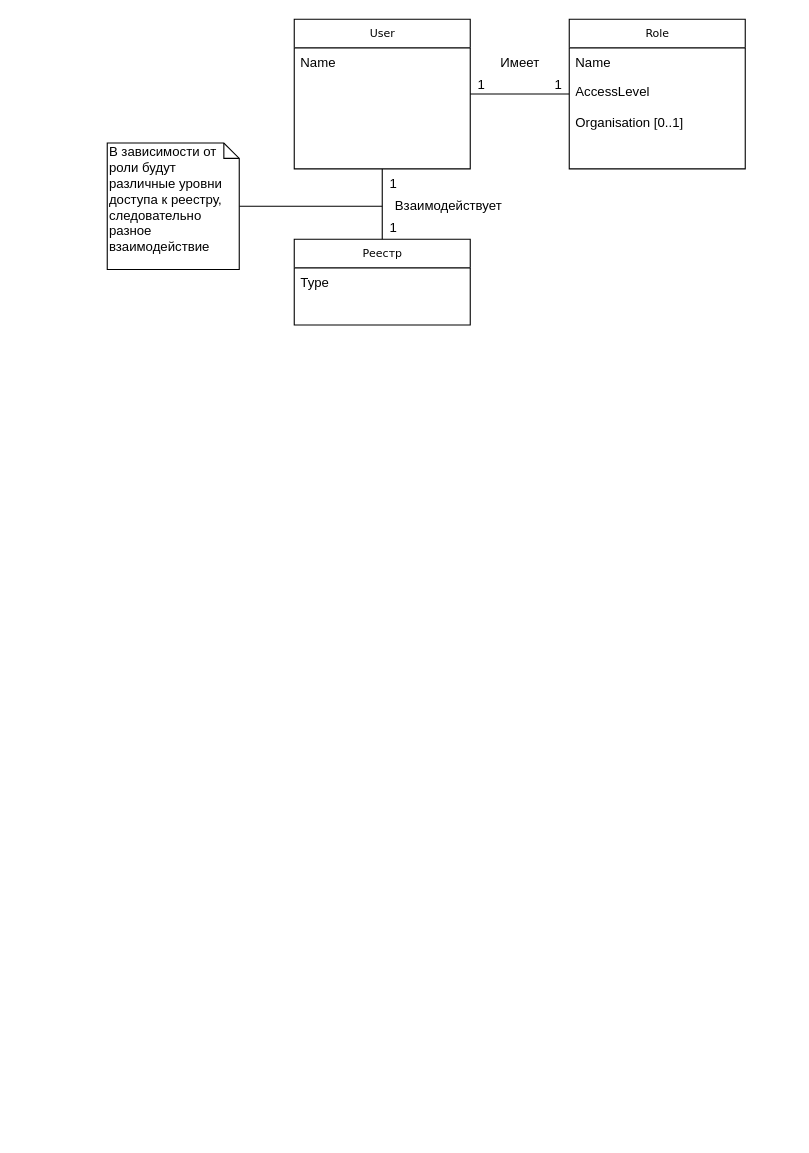
Before: page "Page-2" (2 of 3) of ПИС/ПИС_П/laba_2.2.drawio in ISMAKOVA/SEMESTR_5, a draw.io diagram. Source tidied: cells renumbered, new cells numbered last; positions are measured from the earlier drawing's top-left corner, leaving out a move shared by most shapes. Both pictures are drawn from the tidied source at 110%, with x=0, y=0 at pixel (107, 19).
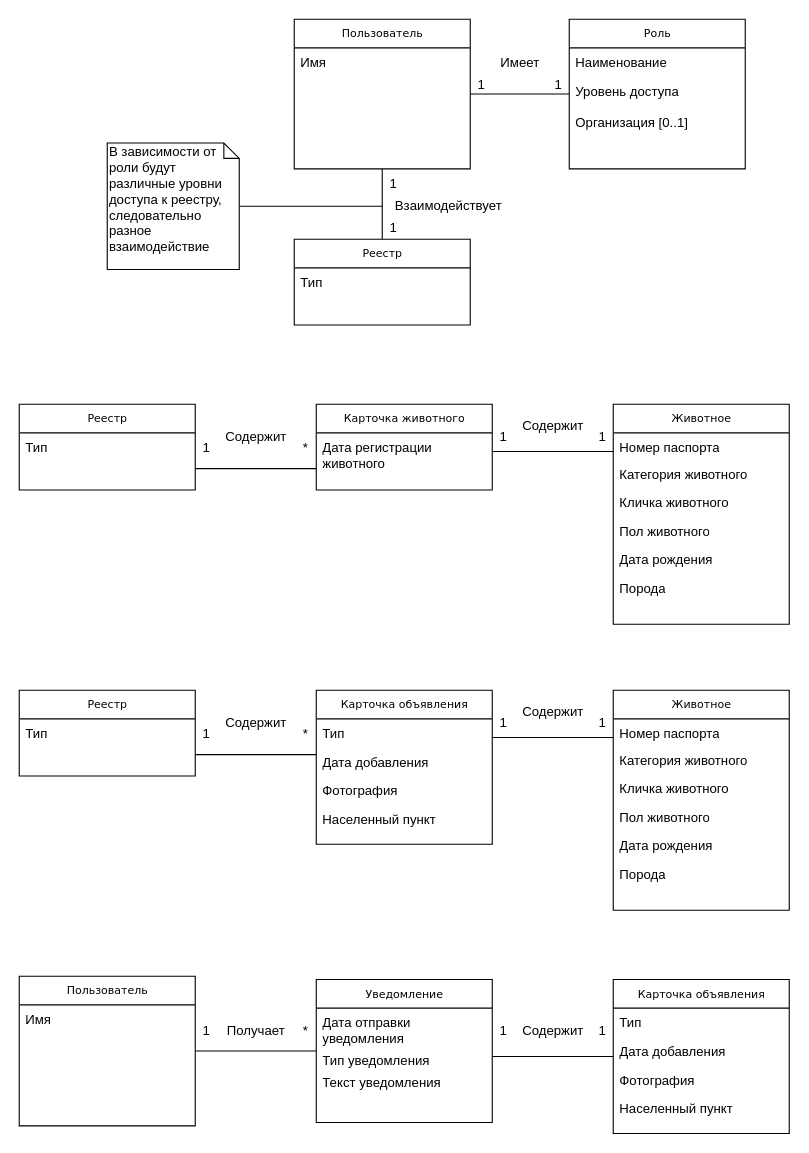
The same diagram, later.

The change refers to these unchanged cells:
```xml
<mxCell id="8" value="Реестр" style="swimlane;html=1;fontStyle=0;horizontal=1;startSize=26;fillColor=none;swimlaneFillColor=#ffffff;rounded=0;shadow=0;comic=0;labelBackgroundColor=none;strokeWidth=1;fontFamily=Verdana;fontSize=10;align=center;" parent="1" vertex="1">
  <mxGeometry x="170" y="200" width="160" height="78" as="geometry" />
</mxCell>
```

Change to the diagram source:
```diff
@@
-    <mxCell id="9" value="Type" style="text;html=1;strokeColor=none;fillColor=none;align=left;verticalAlign=top;spacingLeft=4;spacingRight=4;whiteSpace=wrap;overflow=hidden;" parent="8" vertex="1">
+    <mxCell id="9" value="Тип" style="text;html=1;strokeColor=none;fillColor=none;align=left;verticalAlign=top;spacingLeft=4;spacingRight=4;whiteSpace=wrap;overflow=hidden;" parent="8" vertex="1">
       <mxGeometry y="26" width="160" height="26" as="geometry" />
     </mxCell>
-    <mxCell id="10" value="User" style="swimlane;html=1;fontStyle=0;horizontal=1;startSize=26;fillColor=none;swimlaneFillColor=#ffffff;rounded=0;shadow=0;comic=0;labelBackgroundColor=none;strokeWidth=1;fontFamily=Verdana;fontSize=10;align=center;" parent="1" vertex="1">
+    <mxCell id="10" value="Пользователь" style="swimlane;html=1;fontStyle=0;horizontal=1;startSize=26;fillColor=none;swimlaneFillColor=#ffffff;rounded=0;shadow=0;comic=0;labelBackgroundColor=none;strokeWidth=1;fontFamily=Verdana;fontSize=10;align=center;" parent="1" vertex="1">
       <mxGeometry x="170" width="160" height="136" as="geometry" />
     </mxCell>
-    <mxCell id="11" value="Name" style="text;html=1;strokeColor=none;fillColor=none;align=left;verticalAlign=top;spacingLeft=4;spacingRight=4;whiteSpace=wrap;overflow=hidden;" parent="10" vertex="1">
+    <mxCell id="11" value="Имя" style="text;html=1;strokeColor=none;fillColor=none;align=left;verticalAlign=top;spacingLeft=4;spacingRight=4;whiteSpace=wrap;overflow=hidden;" parent="10" vertex="1">
       <mxGeometry y="26" width="160" height="28" as="geometry" />
     </mxCell>
@@
-    <mxCell id="16" value="Role" style="swimlane;html=1;fontStyle=0;horizontal=1;startSize=26;fillColor=none;swimlaneFillColor=#ffffff;rounded=0;shadow=0;comic=0;labelBackgroundColor=none;strokeWidth=1;fontFamily=Verdana;fontSize=10;align=center;" parent="1" vertex="1">
+    <mxCell id="16" value="Роль" style="swimlane;html=1;fontStyle=0;horizontal=1;startSize=26;fillColor=none;swimlaneFillColor=#ffffff;rounded=0;shadow=0;comic=0;labelBackgroundColor=none;strokeWidth=1;fontFamily=Verdana;fontSize=10;align=center;" parent="1" vertex="1">
       <mxGeometry x="420" width="160" height="136" as="geometry" />
     </mxCell>
-    <mxCell id="17" value="Name" style="text;html=1;strokeColor=none;fillColor=none;align=left;verticalAlign=top;spacingLeft=4;spacingRight=4;whiteSpace=wrap;overflow=hidden;" parent="16" vertex="1">
+    <mxCell id="17" value="Наименование" style="text;html=1;strokeColor=none;fillColor=none;align=left;verticalAlign=top;spacingLeft=4;spacingRight=4;whiteSpace=wrap;overflow=hidden;" parent="16" vertex="1">
       <mxGeometry y="26" width="160" height="26" as="geometry" />
     </mxCell>
-    <mxCell id="18" value="AccessLevel" style="text;html=1;strokeColor=none;fillColor=none;align=left;verticalAlign=top;spacingLeft=4;spacingRight=4;whiteSpace=wrap;overflow=hidden;" parent="16" vertex="1">
+    <mxCell id="18" value="Уровень доступа" style="text;html=1;strokeColor=none;fillColor=none;align=left;verticalAlign=top;spacingLeft=4;spacingRight=4;whiteSpace=wrap;overflow=hidden;" parent="16" vertex="1">
       <mxGeometry y="52" width="160" height="28" as="geometry" />
     </mxCell>
-    <mxCell id="19" value="Organisation [0..1]" style="text;html=1;strokeColor=none;fillColor=none;align=left;verticalAlign=top;spacingLeft=4;spacingRight=4;whiteSpace=wrap;overflow=hidden;" parent="16" vertex="1">
+    <mxCell id="19" value="Организация [0..1]" style="text;html=1;strokeColor=none;fillColor=none;align=left;verticalAlign=top;spacingLeft=4;spacingRight=4;whiteSpace=wrap;overflow=hidden;" parent="16" vertex="1">
       <mxGeometry y="80" width="160" height="28" as="geometry" />
     </mxCell>
+    <mxCell id="20" value="Реестр" style="swimlane;html=1;fontStyle=0;horizontal=1;startSize=26;fillColor=none;swimlaneFillColor=#ffffff;rounded=0;shadow=0;comic=0;labelBackgroundColor=none;strokeWidth=1;fontFamily=Verdana;fontSize=10;align=center;" parent="1" vertex="1">
+      <mxGeometry x="-80" y="350" width="160" height="78" as="geometry" />
+    </mxCell>
+    <mxCell id="21" value="Тип" style="text;html=1;strokeColor=none;fillColor=none;align=left;verticalAlign=top;spacingLeft=4;spacingRight=4;whiteSpace=wrap;overflow=hidden;" parent="20" vertex="1">
+      <mxGeometry y="26" width="160" height="26" as="geometry" />
+    </mxCell>
+    <mxCell id="22" value="Карточка животного" style="swimlane;html=1;fontStyle=0;horizontal=1;startSize=26;fillColor=none;swimlaneFillColor=#ffffff;rounded=0;shadow=0;comic=0;labelBackgroundColor=none;strokeWidth=1;fontFamily=Verdana;fontSize=10;align=center;" parent="1" vertex="1">
+      <mxGeometry x="190" y="350" width="160" height="78" as="geometry" />
+    </mxCell>
+    <mxCell id="23" value="Дата регистрации животного" style="text;html=1;strokeColor=none;fillColor=none;align=left;verticalAlign=top;spacingLeft=4;spacingRight=4;whiteSpace=wrap;overflow=hidden;points=[[0,0.5],[1,0.5]];portConstraint=eastwest;" parent="22" vertex="1">
+      <mxGeometry y="26" width="160" height="34" as="geometry" />
+    </mxCell>
+    <mxCell id="24" style="rounded=0;jettySize=auto;html=1;endArrow=none;endFill=0;entryX=1;entryY=0.75;entryDx=0;entryDy=0;exitX=0;exitY=0.75;exitDx=0;exitDy=0;" parent="1" edge="1" source="22" target="20">
+      <mxGeometry relative="1" as="geometry" />
+    </mxCell>
+    <mxCell id="25" value="Животное" style="swimlane;html=1;fontStyle=0;horizontal=1;startSize=26;fillColor=none;swimlaneFillColor=#ffffff;rounded=0;shadow=0;comic=0;labelBackgroundColor=none;strokeWidth=1;fontFamily=Verdana;fontSize=10;align=center;" parent="1" vertex="1">
+      <mxGeometry x="460" y="350" width="160" height="200" as="geometry" />
+    </mxCell>
+    <mxCell id="26" value="Номер паспорта" style="text;html=1;strokeColor=none;fillColor=none;align=left;verticalAlign=top;spacingLeft=4;spacingRight=4;whiteSpace=wrap;overflow=hidden;points=[[0,0.5],[1,0.5]];portConstraint=eastwest;" parent="25" vertex="1">
+      <mxGeometry y="26" width="160" height="24" as="geometry" />
+    </mxCell>
+    <mxCell id="27" value="Категория животного" style="text;html=1;strokeColor=none;fillColor=none;align=left;verticalAlign=top;spacingLeft=4;spacingRight=4;whiteSpace=wrap;overflow=hidden;" parent="25" vertex="1">
+      <mxGeometry y="50" width="160" height="26" as="geometry" />
+    </mxCell>
+    <mxCell id="28" value="Кличка животного" style="text;html=1;strokeColor=none;fillColor=none;align=left;verticalAlign=top;spacingLeft=4;spacingRight=4;whiteSpace=wrap;overflow=hidden;" parent="25" vertex="1">
+      <mxGeometry y="76" width="160" height="26" as="geometry" />
+    </mxCell>
+    <mxCell id="29" value="Пол животного" style="text;html=1;strokeColor=none;fillColor=none;align=left;verticalAlign=top;spacingLeft=4;spacingRight=4;whiteSpace=wrap;overflow=hidden;" parent="25" vertex="1">
+      <mxGeometry y="102" width="160" height="26" as="geometry" />
+    </mxCell>
+    <mxCell id="30" value="Дата рождения&lt;br&gt;&amp;nbsp;" style="text;html=1;strokeColor=none;fillColor=none;align=left;verticalAlign=top;spacingLeft=4;spacingRight=4;whiteSpace=wrap;overflow=hidden;" parent="25" vertex="1">
+      <mxGeometry y="128" width="160" height="26" as="geometry" />
+    </mxCell>
+    <mxCell id="31" value="Порода" style="text;html=1;strokeColor=none;fillColor=none;align=left;verticalAlign=top;spacingLeft=4;spacingRight=4;whiteSpace=wrap;overflow=hidden;" parent="25" vertex="1">
+      <mxGeometry y="154" width="160" height="26" as="geometry" />
+    </mxCell>
+    <mxCell id="32" style="edgeStyle=none;rounded=0;jettySize=auto;html=1;entryX=0;entryY=0.708;entryDx=0;entryDy=0;endArrow=none;endFill=0;exitX=1;exitY=0.5;exitDx=0;exitDy=0;entryPerimeter=0;" parent="1" edge="1" source="23" target="26">
+      <mxGeometry relative="1" as="geometry" />
+    </mxCell>
+    <mxCell id="33" value="1" style="text;html=1;align=center;verticalAlign=middle;" parent="1" vertex="1">
+      <mxGeometry x="80" y="380" width="20" height="20" as="geometry" />
+    </mxCell>
+    <mxCell id="34" value="*" style="text;html=1;align=center;verticalAlign=middle;" parent="1" vertex="1">
+      <mxGeometry x="170" y="380" width="20" height="20" as="geometry" />
+    </mxCell>
+    <mxCell id="35" value="Содержит" style="text;html=1;align=center;verticalAlign=middle;" parent="1" vertex="1">
+      <mxGeometry x="100" y="370" width="70" height="20" as="geometry" />
+    </mxCell>
+    <mxCell id="36" value="1" style="text;html=1;align=center;verticalAlign=middle;" parent="1" vertex="1">
+      <mxGeometry x="350" y="370" width="20" height="20" as="geometry" />
+    </mxCell>
+    <mxCell id="37" value="1" style="text;html=1;align=center;verticalAlign=middle;" parent="1" vertex="1">
+      <mxGeometry x="440" y="370" width="20" height="20" as="geometry" />
+    </mxCell>
+    <mxCell id="38" value="Содержит" style="text;html=1;align=center;verticalAlign=middle;" parent="1" vertex="1">
+      <mxGeometry x="370" y="360" width="70" height="20" as="geometry" />
+    </mxCell>
+    <mxCell id="39" style="rounded=0;jettySize=auto;html=1;endArrow=none;endFill=0;entryX=1;entryY=0.75;entryDx=0;entryDy=0;exitX=0;exitY=0.75;exitDx=0;exitDy=0;" parent="1" edge="1" target="47">
+      <mxGeometry relative="1" as="geometry">
+        <mxPoint x="190" y="668.5" as="sourcePoint" />
+      </mxGeometry>
+    </mxCell>
+    <mxCell id="40" style="edgeStyle=none;rounded=0;jettySize=auto;html=1;entryX=0;entryY=0.708;entryDx=0;entryDy=0;endArrow=none;endFill=0;exitX=1;exitY=0.5;exitDx=0;exitDy=0;entryPerimeter=0;" parent="1" edge="1" target="50">
+      <mxGeometry relative="1" as="geometry">
+        <mxPoint x="350" y="653" as="sourcePoint" />
+      </mxGeometry>
+    </mxCell>
+    <mxCell id="41" value="1" style="text;html=1;align=center;verticalAlign=middle;" parent="1" vertex="1">
+      <mxGeometry x="80" y="640" width="20" height="20" as="geometry" />
+    </mxCell>
+    <mxCell id="42" value="*" style="text;html=1;align=center;verticalAlign=middle;" parent="1" vertex="1">
+      <mxGeometry x="170" y="640" width="20" height="20" as="geometry" />
+    </mxCell>
+    <mxCell id="43" value="Содержит" style="text;html=1;align=center;verticalAlign=middle;" parent="1" vertex="1">
+      <mxGeometry x="100" y="630" width="70" height="20" as="geometry" />
+    </mxCell>
+    <mxCell id="44" value="1" style="text;html=1;align=center;verticalAlign=middle;" parent="1" vertex="1">
+      <mxGeometry x="350" y="630" width="20" height="20" as="geometry" />
+    </mxCell>
+    <mxCell id="45" value="1" style="text;html=1;align=center;verticalAlign=middle;" parent="1" vertex="1">
+      <mxGeometry x="440" y="630" width="20" height="20" as="geometry" />
+    </mxCell>
+    <mxCell id="46" value="Содержит" style="text;html=1;align=center;verticalAlign=middle;" parent="1" vertex="1">
+      <mxGeometry x="370" y="620" width="70" height="20" as="geometry" />
+    </mxCell>
+    <mxCell id="47" value="Реестр" style="swimlane;html=1;fontStyle=0;horizontal=1;startSize=26;fillColor=none;swimlaneFillColor=#ffffff;rounded=0;shadow=0;comic=0;labelBackgroundColor=none;strokeWidth=1;fontFamily=Verdana;fontSize=10;align=center;" parent="1" vertex="1">
+      <mxGeometry x="-80" y="610" width="160" height="78" as="geometry" />
+    </mxCell>
+    <mxCell id="48" value="Тип" style="text;html=1;strokeColor=none;fillColor=none;align=left;verticalAlign=top;spacingLeft=4;spacingRight=4;whiteSpace=wrap;overflow=hidden;" parent="47" vertex="1">
+      <mxGeometry y="26" width="160" height="26" as="geometry" />
+    </mxCell>
+    <mxCell id="49" value="Животное" style="swimlane;html=1;fontStyle=0;horizontal=1;startSize=26;fillColor=none;swimlaneFillColor=#ffffff;rounded=0;shadow=0;comic=0;labelBackgroundColor=none;strokeWidth=1;fontFamily=Verdana;fontSize=10;align=center;" parent="1" vertex="1">
+      <mxGeometry x="460" y="610" width="160" height="200" as="geometry" />
+    </mxCell>
+    <mxCell id="50" value="Номер паспорта" style="text;html=1;strokeColor=none;fillColor=none;align=left;verticalAlign=top;spacingLeft=4;spacingRight=4;whiteSpace=wrap;overflow=hidden;points=[[0,0.5],[1,0.5]];portConstraint=eastwest;" parent="49" vertex="1">
+      <mxGeometry y="26" width="160" height="24" as="geometry" />
+    </mxCell>
+    <mxCell id="51" value="Категория животного" style="text;html=1;strokeColor=none;fillColor=none;align=left;verticalAlign=top;spacingLeft=4;spacingRight=4;whiteSpace=wrap;overflow=hidden;" parent="49" vertex="1">
+      <mxGeometry y="50" width="160" height="26" as="geometry" />
+    </mxCell>
+    <mxCell id="52" value="Кличка животного" style="text;html=1;strokeColor=none;fillColor=none;align=left;verticalAlign=top;spacingLeft=4;spacingRight=4;whiteSpace=wrap;overflow=hidden;" parent="49" vertex="1">
+      <mxGeometry y="76" width="160" height="26" as="geometry" />
+    </mxCell>
+    <mxCell id="53" value="Пол животного" style="text;html=1;strokeColor=none;fillColor=none;align=left;verticalAlign=top;spacingLeft=4;spacingRight=4;whiteSpace=wrap;overflow=hidden;" parent="49" vertex="1">
+      <mxGeometry y="102" width="160" height="26" as="geometry" />
+    </mxCell>
+    <mxCell id="54" value="Дата рождения&lt;br&gt;&amp;nbsp;" style="text;html=1;strokeColor=none;fillColor=none;align=left;verticalAlign=top;spacingLeft=4;spacingRight=4;whiteSpace=wrap;overflow=hidden;" parent="49" vertex="1">
+      <mxGeometry y="128" width="160" height="26" as="geometry" />
+    </mxCell>
+    <mxCell id="55" value="Порода" style="text;html=1;strokeColor=none;fillColor=none;align=left;verticalAlign=top;spacingLeft=4;spacingRight=4;whiteSpace=wrap;overflow=hidden;" parent="49" vertex="1">
+      <mxGeometry y="154" width="160" height="26" as="geometry" />
+    </mxCell>
+    <mxCell id="56" value="Карточка объявления" style="swimlane;html=1;fontStyle=0;horizontal=1;startSize=26;fillColor=none;swimlaneFillColor=#ffffff;rounded=0;shadow=0;comic=0;labelBackgroundColor=none;strokeWidth=1;fontFamily=Verdana;fontSize=10;align=center;" parent="1" vertex="1">
+      <mxGeometry x="190" y="610" width="160" height="140" as="geometry" />
+    </mxCell>
+    <mxCell id="57" value="Тип" style="text;html=1;strokeColor=none;fillColor=none;align=left;verticalAlign=top;spacingLeft=4;spacingRight=4;whiteSpace=wrap;overflow=hidden;" parent="56" vertex="1">
+      <mxGeometry y="26" width="160" height="26" as="geometry" />
+    </mxCell>
+    <mxCell id="58" value="Дата добавления" style="text;html=1;strokeColor=none;fillColor=none;align=left;verticalAlign=top;spacingLeft=4;spacingRight=4;whiteSpace=wrap;overflow=hidden;" parent="56" vertex="1">
+      <mxGeometry y="52" width="160" height="26" as="geometry" />
+    </mxCell>
+    <mxCell id="59" value="Фотография" style="text;html=1;strokeColor=none;fillColor=none;align=left;verticalAlign=top;spacingLeft=4;spacingRight=4;whiteSpace=wrap;overflow=hidden;" parent="56" vertex="1">
+      <mxGeometry y="78" width="160" height="26" as="geometry" />
+    </mxCell>
+    <mxCell id="60" value="Населенный пункт" style="text;html=1;strokeColor=none;fillColor=none;align=left;verticalAlign=top;spacingLeft=4;spacingRight=4;whiteSpace=wrap;overflow=hidden;" parent="56" vertex="1">
+      <mxGeometry y="104" width="160" height="26" as="geometry" />
+    </mxCell>
+    <mxCell id="61" style="edgeStyle=none;rounded=0;jettySize=auto;html=1;entryX=0;entryY=0.5;entryDx=0;entryDy=0;endArrow=none;endFill=0;" parent="1" edge="1" source="62" target="64">
+      <mxGeometry relative="1" as="geometry" />
+    </mxCell>
+    <mxCell id="62" value="Пользователь" style="swimlane;html=1;fontStyle=0;horizontal=1;startSize=26;fillColor=none;swimlaneFillColor=#ffffff;rounded=0;shadow=0;comic=0;labelBackgroundColor=none;strokeWidth=1;fontFamily=Verdana;fontSize=10;align=center;" parent="1" vertex="1">
+      <mxGeometry x="-80" y="870" width="160" height="136" as="geometry" />
+    </mxCell>
+    <mxCell id="63" value="Имя" style="text;html=1;strokeColor=none;fillColor=none;align=left;verticalAlign=top;spacingLeft=4;spacingRight=4;whiteSpace=wrap;overflow=hidden;" parent="62" vertex="1">
+      <mxGeometry y="26" width="160" height="28" as="geometry" />
+    </mxCell>
+    <mxCell id="64" value="Уведомление" style="swimlane;html=1;fontStyle=0;horizontal=1;startSize=26;fillColor=none;swimlaneFillColor=#ffffff;rounded=0;shadow=0;comic=0;labelBackgroundColor=none;strokeWidth=1;fontFamily=Verdana;fontSize=10;align=center;" parent="1" vertex="1">
+      <mxGeometry x="190" y="873" width="160" height="130" as="geometry" />
+    </mxCell>
+    <mxCell id="65" value="Дата отправки уведомления" style="text;html=1;strokeColor=none;fillColor=none;align=left;verticalAlign=top;spacingLeft=4;spacingRight=4;whiteSpace=wrap;overflow=hidden;" parent="64" vertex="1">
+      <mxGeometry y="26" width="160" height="34" as="geometry" />
+    </mxCell>
+    <mxCell id="66" value="Тип уведомления" style="text;html=1;strokeColor=none;fillColor=none;align=left;verticalAlign=top;spacingLeft=4;spacingRight=4;whiteSpace=wrap;overflow=hidden;points=[[0,0.5],[1,0.5]];portConstraint=eastwest;" parent="64" vertex="1">
+      <mxGeometry y="60" width="160" height="20" as="geometry" />
+    </mxCell>
+    <mxCell id="67" value="Текст уведомления" style="text;html=1;strokeColor=none;fillColor=none;align=left;verticalAlign=top;spacingLeft=4;spacingRight=4;whiteSpace=wrap;overflow=hidden;" parent="64" vertex="1">
+      <mxGeometry y="80" width="160" height="20" as="geometry" />
+    </mxCell>
+    <mxCell id="68" value="1" style="text;html=1;align=center;verticalAlign=middle;" parent="1" vertex="1">
+      <mxGeometry x="80" y="910" width="20" height="20" as="geometry" />
+    </mxCell>
+    <mxCell id="69" value="*" style="text;html=1;align=center;verticalAlign=middle;" parent="1" vertex="1">
+      <mxGeometry x="170" y="910" width="20" height="20" as="geometry" />
+    </mxCell>
+    <mxCell id="70" value="Получает" style="text;html=1;align=center;verticalAlign=middle;" parent="1" vertex="1">
+      <mxGeometry x="100" y="910" width="70" height="20" as="geometry" />
+    </mxCell>
+    <mxCell id="71" style="edgeStyle=none;rounded=0;jettySize=auto;html=1;entryX=0;entryY=0.5;entryDx=0;entryDy=0;endArrow=none;endFill=0;" parent="1" edge="1" source="66" target="75">
+      <mxGeometry relative="1" as="geometry" />
+    </mxCell>
+    <mxCell id="72" value="1" style="text;html=1;align=center;verticalAlign=middle;" parent="1" vertex="1">
+      <mxGeometry x="350" y="910" width="20" height="20" as="geometry" />
+    </mxCell>
+    <mxCell id="73" value="1" style="text;html=1;align=center;verticalAlign=middle;" parent="1" vertex="1">
+      <mxGeometry x="440" y="910" width="20" height="20" as="geometry" />
+    </mxCell>
+    <mxCell id="74" value="Содержит" style="text;html=1;align=center;verticalAlign=middle;" parent="1" vertex="1">
+      <mxGeometry x="370" y="910" width="70" height="20" as="geometry" />
+    </mxCell>
+    <mxCell id="75" value="Карточка объявления" style="swimlane;html=1;fontStyle=0;horizontal=1;startSize=26;fillColor=none;swimlaneFillColor=#ffffff;rounded=0;shadow=0;comic=0;labelBackgroundColor=none;strokeWidth=1;fontFamily=Verdana;fontSize=10;align=center;" parent="1" vertex="1">
+      <mxGeometry x="460" y="873" width="160" height="140" as="geometry" />
+    </mxCell>
+    <mxCell id="76" value="Тип" style="text;html=1;strokeColor=none;fillColor=none;align=left;verticalAlign=top;spacingLeft=4;spacingRight=4;whiteSpace=wrap;overflow=hidden;" parent="75" vertex="1">
+      <mxGeometry y="26" width="160" height="26" as="geometry" />
+    </mxCell>
+    <mxCell id="77" value="Дата добавления" style="text;html=1;strokeColor=none;fillColor=none;align=left;verticalAlign=top;spacingLeft=4;spacingRight=4;whiteSpace=wrap;overflow=hidden;" parent="75" vertex="1">
+      <mxGeometry y="52" width="160" height="26" as="geometry" />
+    </mxCell>
+    <mxCell id="78" value="Фотография" style="text;html=1;strokeColor=none;fillColor=none;align=left;verticalAlign=top;spacingLeft=4;spacingRight=4;whiteSpace=wrap;overflow=hidden;" parent="75" vertex="1">
+      <mxGeometry y="78" width="160" height="26" as="geometry" />
+    </mxCell>
+    <mxCell id="79" value="Населенный пункт" style="text;html=1;strokeColor=none;fillColor=none;align=left;verticalAlign=top;spacingLeft=4;spacingRight=4;whiteSpace=wrap;overflow=hidden;" parent="75" vertex="1">
+      <mxGeometry y="104" width="160" height="26" as="geometry" />
+    </mxCell>
```
